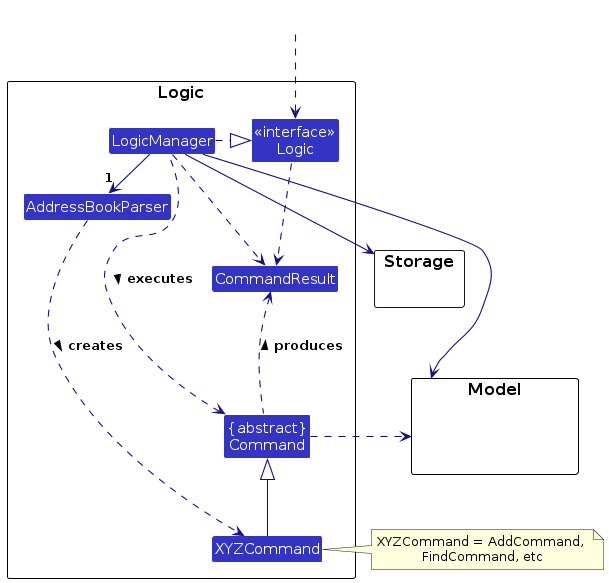
AY2324S1-CS2103T-T11-1/tp keeps this PlantUML diagram as diagrams/LogicClassDiagram.png. Above is the earlier version. Its source is kept beside it as diagrams/LogicClassDiagram.puml.
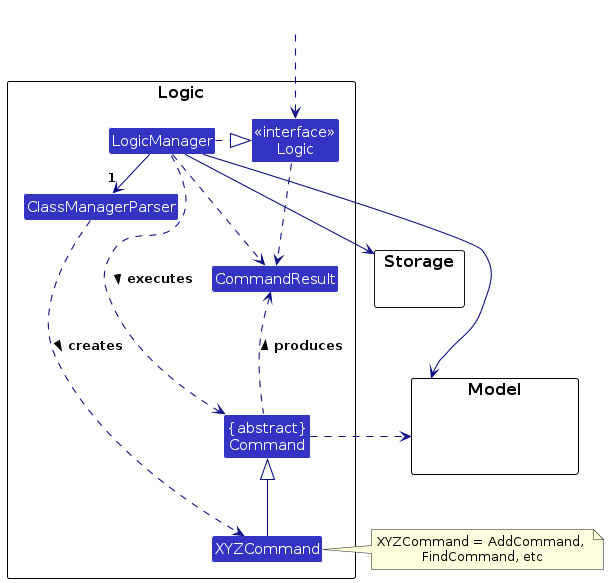
Above is the later version.

What changed in the source:
```diff
@@ -6,7 +6,7 @@
 
 package Logic as LogicPackage {
 
-Class AddressBookParser
+Class ClassManagerParser
 Class XYZCommand
 Class CommandResult
 Class "{abstract}\nCommand" as Command
@@ -27,8 +27,8 @@
 HiddenOutside ..> Logic
 
 LogicManager .right.|> Logic
-LogicManager -right->"1" AddressBookParser
-AddressBookParser ..> XYZCommand : creates >
+LogicManager -right->"1" ClassManagerParser
+ClassManagerParser ..> XYZCommand : creates >
 
 XYZCommand -up-|> Command
 LogicManager .left.> Command : executes >
```
